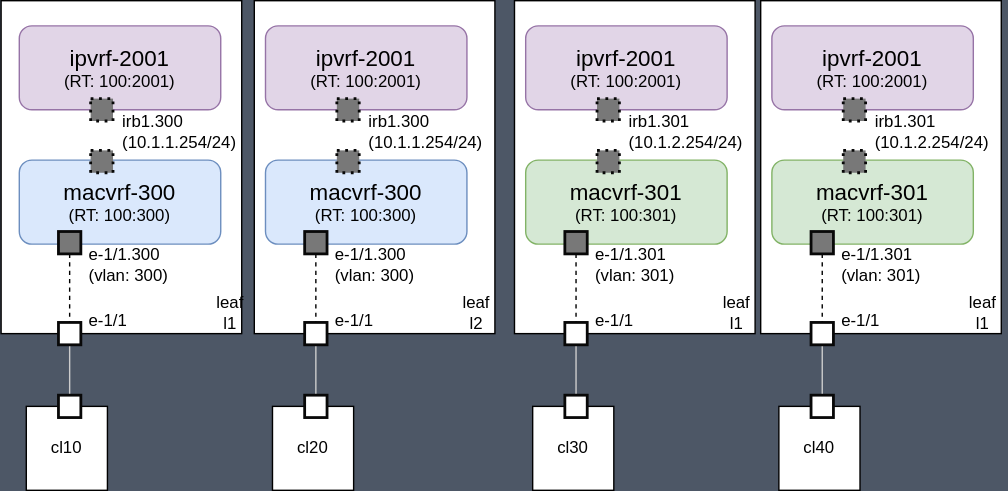
The draw.io diagram img/ansible-srl-l3vpn-lo.drawio.svg in srl-labs/intent-based-ansible-lab, before a commit. Source tidied: cells renumbered, new cells last; positions are measured from the earlier drawing's top-left corner, leaving out a move shared by most shapes.
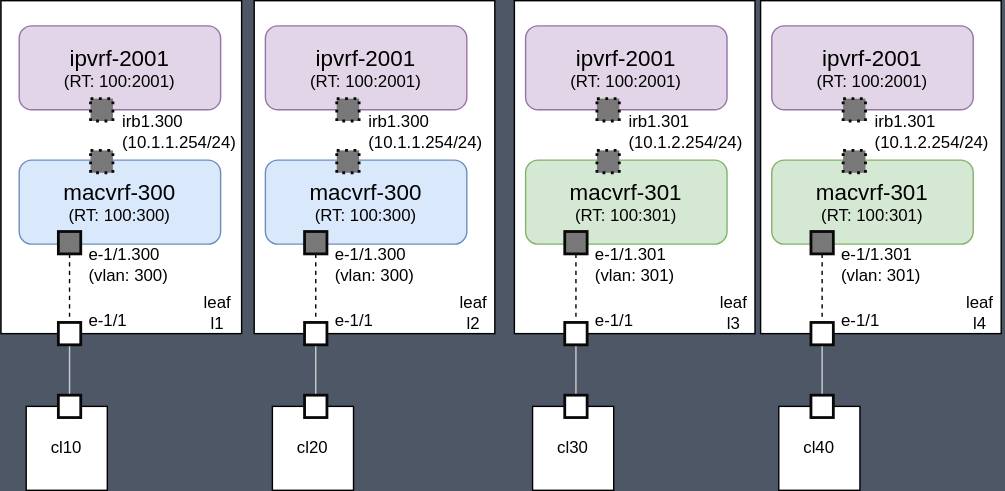
After the commit.

Change to the diagram source:
```diff
@@ -44,7 +44,7 @@
       <mxGeometry x="61" y="214" width="60" height="30" as="geometry" />
     </mxCell>
     <mxCell id="14" value="leaf&lt;br&gt;l1" style="text;html=1;strokeColor=none;fillColor=none;align=center;verticalAlign=middle;whiteSpace=wrap;rounded=0;" parent="1" vertex="1">
-      <mxGeometry x="147" y="208" width="34" height="30" as="geometry" />
+      <mxGeometry x="138" y="208" width="34" height="30" as="geometry" />
     </mxCell>
     <mxCell id="15" value="cl10" style="rounded=0;whiteSpace=wrap;html=1;" parent="1" vertex="1">
       <mxGeometry x="18" y="290" width="58" height="60" as="geometry" />
@@ -94,7 +94,7 @@
       <mxGeometry x="237" y="214" width="60" height="30" as="geometry" />
     </mxCell>
     <mxCell id="29" value="leaf&lt;br&gt;l2" style="text;html=1;strokeColor=none;fillColor=none;align=center;verticalAlign=middle;whiteSpace=wrap;rounded=0;" parent="1" vertex="1">
-      <mxGeometry x="323" y="208" width="34" height="30" as="geometry" />
+      <mxGeometry x="321" y="208" width="34" height="30" as="geometry" />
     </mxCell>
     <mxCell id="30" value="cl20" style="rounded=0;whiteSpace=wrap;html=1;" parent="1" vertex="1">
       <mxGeometry x="194" y="290" width="58" height="60" as="geometry" />
@@ -143,8 +143,8 @@
     <mxCell id="43" value="e-1/1" style="text;html=1;strokeColor=none;fillColor=none;align=left;verticalAlign=middle;whiteSpace=wrap;rounded=0;" parent="1" vertex="1">
       <mxGeometry x="423" y="214" width="60" height="30" as="geometry" />
     </mxCell>
-    <mxCell id="44" value="leaf&lt;br&gt;l1" style="text;html=1;strokeColor=none;fillColor=none;align=center;verticalAlign=middle;whiteSpace=wrap;rounded=0;" parent="1" vertex="1">
-      <mxGeometry x="509" y="208" width="34" height="30" as="geometry" />
+    <mxCell id="44" value="leaf&lt;br&gt;l3" style="text;html=1;strokeColor=none;fillColor=none;align=center;verticalAlign=middle;whiteSpace=wrap;rounded=0;" parent="1" vertex="1">
+      <mxGeometry x="507" y="208" width="34" height="30" as="geometry" />
     </mxCell>
     <mxCell id="45" value="cl30" style="rounded=0;whiteSpace=wrap;html=1;" parent="1" vertex="1">
       <mxGeometry x="380" y="290" width="58" height="60" as="geometry" />
@@ -193,8 +193,8 @@
     <mxCell id="58" value="e-1/1" style="text;html=1;strokeColor=none;fillColor=none;align=left;verticalAlign=middle;whiteSpace=wrap;rounded=0;" parent="1" vertex="1">
       <mxGeometry x="599" y="214" width="60" height="30" as="geometry" />
     </mxCell>
-    <mxCell id="59" value="leaf&lt;br&gt;l1" style="text;html=1;strokeColor=none;fillColor=none;align=center;verticalAlign=middle;whiteSpace=wrap;rounded=0;" parent="1" vertex="1">
-      <mxGeometry x="685" y="208" width="34" height="30" as="geometry" />
+    <mxCell id="59" value="leaf&lt;br&gt;l4" style="text;html=1;strokeColor=none;fillColor=none;align=center;verticalAlign=middle;whiteSpace=wrap;rounded=0;" parent="1" vertex="1">
+      <mxGeometry x="683" y="208" width="34" height="30" as="geometry" />
     </mxCell>
     <mxCell id="60" value="cl40" style="rounded=0;whiteSpace=wrap;html=1;" parent="1" vertex="1">
       <mxGeometry x="556" y="290" width="58" height="60" as="geometry" />
```
